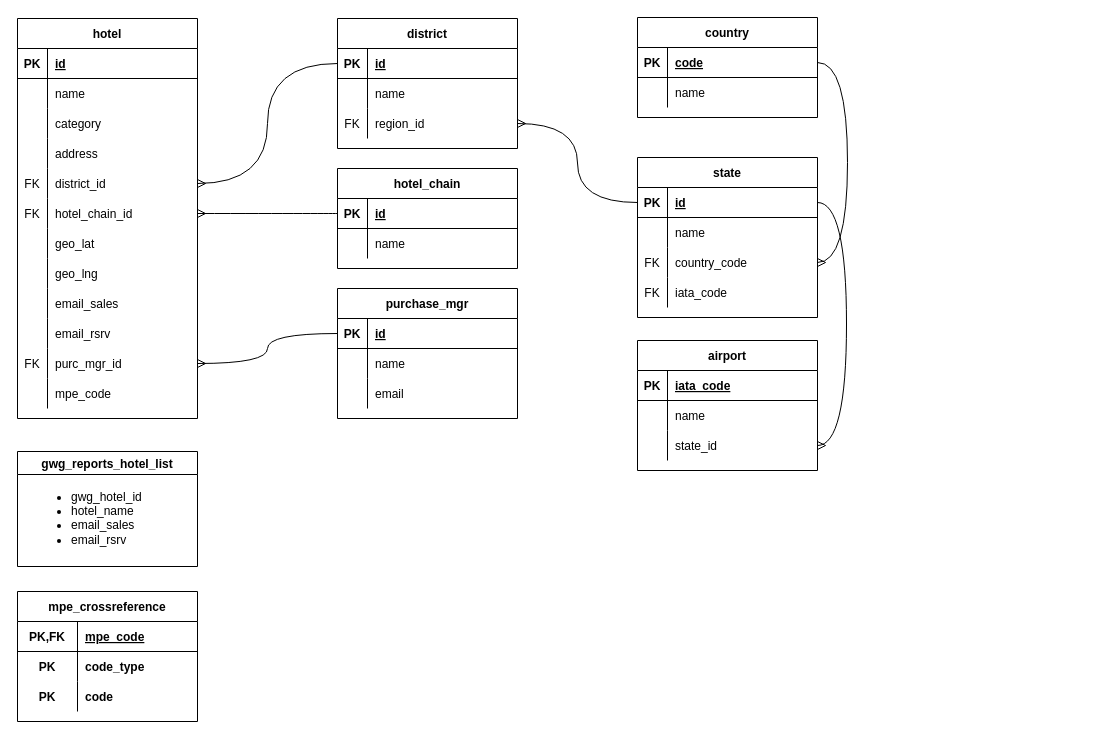
Before: hotels_master_list.drawio in justivan/drawio-diagrams, a draw.io diagram. Source tidied: cells renumbered, new cells numbered last; positions are measured from the earlier drawing's top-left corner, leaving out a move shared by most shapes. Both pictures are drawn from the tidied source at 100%, with x=0, y=0 at pixel (17, 17).
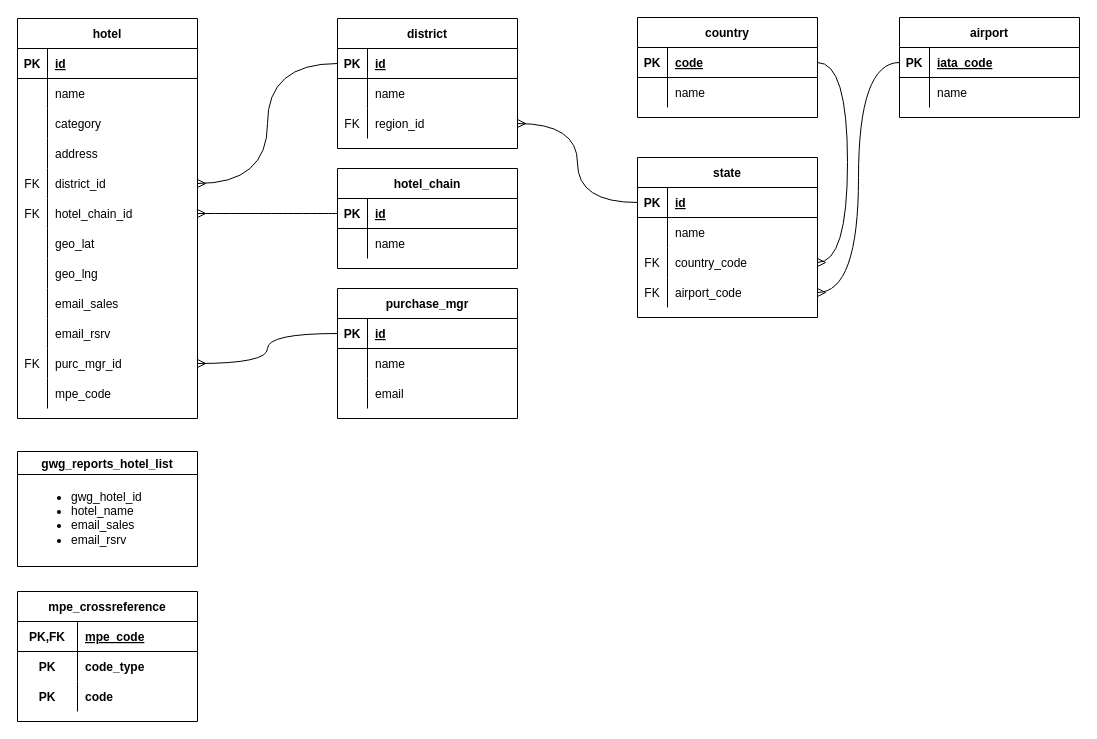
The same page after the edit.

The change refers to these unchanged cells:
```xml
<mxCell id="77" style="shape=tableRow;horizontal=0;startSize=0;swimlaneHead=0;swimlaneBody=0;fillColor=none;points=[[0,0.5],[1,0.5]];portConstraint=eastwest;top=0;left=0;right=0;bottom=1;" parent="76" vertex="1">
  <mxGeometry y="30" width="180" height="30" as="geometry" />
</mxCell>
<mxCell id="86" style="shape=tableRow;horizontal=0;startSize=0;swimlaneHead=0;swimlaneBody=0;fillColor=none;points=[[0,0.5],[1,0.5]];portConstraint=eastwest;top=0;left=0;right=0;bottom=0;" parent="76" vertex="1">
  <mxGeometry y="120" width="180" height="30" as="geometry" />
</mxCell>
<mxCell id="92" style="shape=tableRow;horizontal=0;startSize=0;swimlaneHead=0;swimlaneBody=0;fillColor=none;points=[[0,0.5],[1,0.5]];portConstraint=eastwest;top=0;left=0;right=0;bottom=1;" parent="91" vertex="1">
  <mxGeometry y="30" width="180" height="30" as="geometry" />
</mxCell>
```

Diff of the diagram source:
```diff
@@
-    <mxCell id="88" value="iata_code" style="shape=partialRectangle;fillColor=none;top=0;left=0;bottom=0;right=0;align=left;spacingLeft=6;overflow=hidden;" parent="86" vertex="1">
-      <mxGeometry x="30" width="150" height="30" as="geometry" />
-    </mxCell>
+    <mxCell id="116" value="airport_code" style="shape=partialRectangle;fillColor=none;top=0;left=0;bottom=0;right=0;align=left;spacingLeft=6;overflow=hidden;" parent="86" vertex="1">
+      <mxGeometry x="30" width="150" height="30" as="geometry" />
+    </mxCell>
@@
     <mxCell id="91" value="airport" style="shape=table;startSize=30;childLayout=tableLayout;rowLines=0;fontStyle=1;align=center;" parent="1" vertex="1">
-      <mxGeometry x="620" y="323" width="180" height="130" as="geometry" />
+      <mxGeometry x="882" width="180" height="100" as="geometry" />
     </mxCell>
@@
-    <mxCell id="98" style="shape=tableRow;horizontal=0;startSize=0;swimlaneHead=0;swimlaneBody=0;fillColor=none;points=[[0,0.5],[1,0.5]];portConstraint=eastwest;top=0;left=0;right=0;bottom=0;" parent="91" vertex="1">
-      <mxGeometry y="90" width="180" height="30" as="geometry" />
-    </mxCell>
-    <mxCell id="99" style="shape=partialRectangle;fillColor=none;top=0;left=0;bottom=0;right=0;overflow=hidden;" parent="98" vertex="1">
-      <mxGeometry width="30" height="30" as="geometry" />
-    </mxCell>
-    <mxCell id="100" value="state_id" style="shape=partialRectangle;fillColor=none;top=0;left=0;bottom=0;right=0;align=left;spacingLeft=6;overflow=hidden;" parent="98" vertex="1">
-      <mxGeometry x="30" width="150" height="30" as="geometry" />
-    </mxCell>
@@
-    <mxCell id="114" style="edgeStyle=orthogonalEdgeStyle;rounded=0;jettySize=auto;html=1;exitX=1;exitY=0.5;exitDx=0;exitDy=0;curved=1;endArrow=ERmany;endFill=0;" parent="1" edge="1" source="77" target="98">
-      <mxGeometry relative="1" as="geometry">
-        <Array as="points">
-          <mxPoint x="829" y="185" />
-          <mxPoint x="829" y="428" />
-        </Array>
-      </mxGeometry>
-    </mxCell>
@@
+    <mxCell id="117" style="edgeStyle=orthogonalEdgeStyle;rounded=0;jettySize=auto;html=1;entryX=1;entryY=0.5;entryDx=0;entryDy=0;endArrow=ERmany;endFill=0;curved=1;exitX=0;exitY=0.5;exitDx=0;exitDy=0;" parent="1" edge="1" source="92" target="86">
+      <mxGeometry relative="1" as="geometry" />
+    </mxCell>
```
